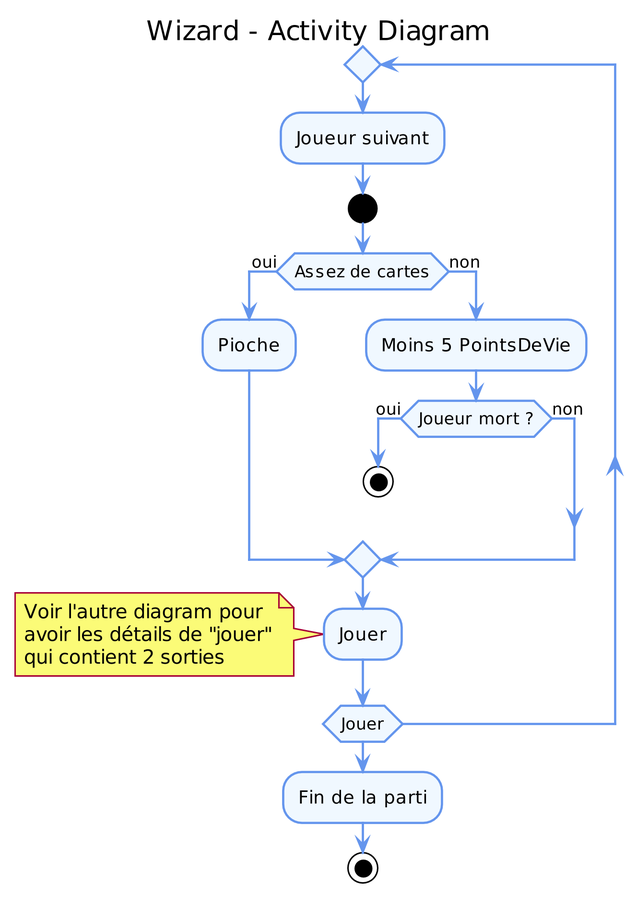
elishadrion/tetris keeps this PlantUML diagram as uml_files/ActivityDiagram.png. Above is the earlier version.
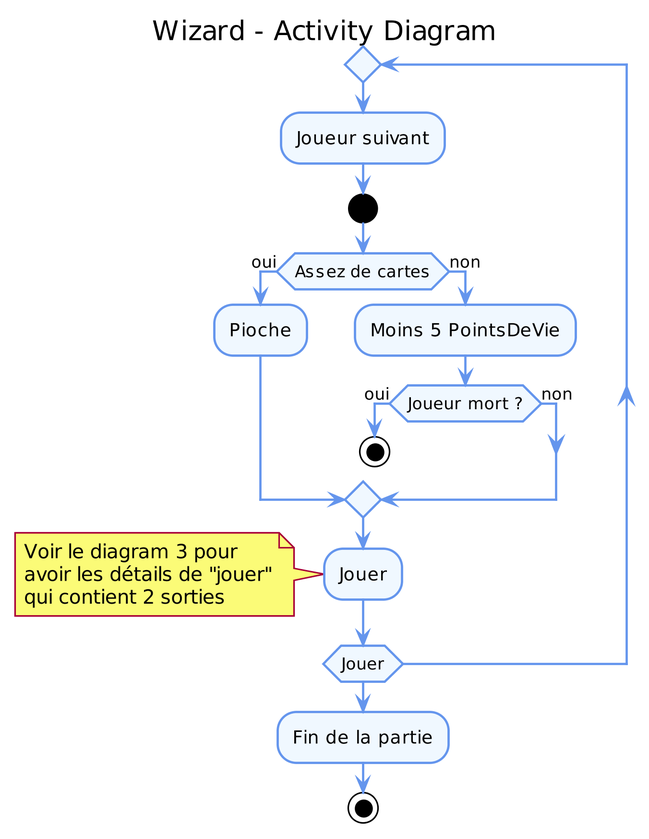
Above is the later version.

Diff of the diagram source:
```diff
@@ -1,6 +1,4 @@
 @startuml
-
-
 title Wizard - Activity Diagram
 
 skinparam classAttributeIconSize 0
@@ -31,14 +29,13 @@
   endif
   :Jouer;
   note
-    Voir l'autre diagram pour
+    Voir le diagram 3 pour
     avoir les détails de "jouer"
     qui contient 2 sorties
   end note
 repeat while (Jouer)
 
 
-:Fin de la parti;
+:Fin de la partie;
 stop
-
 @enduml
```
